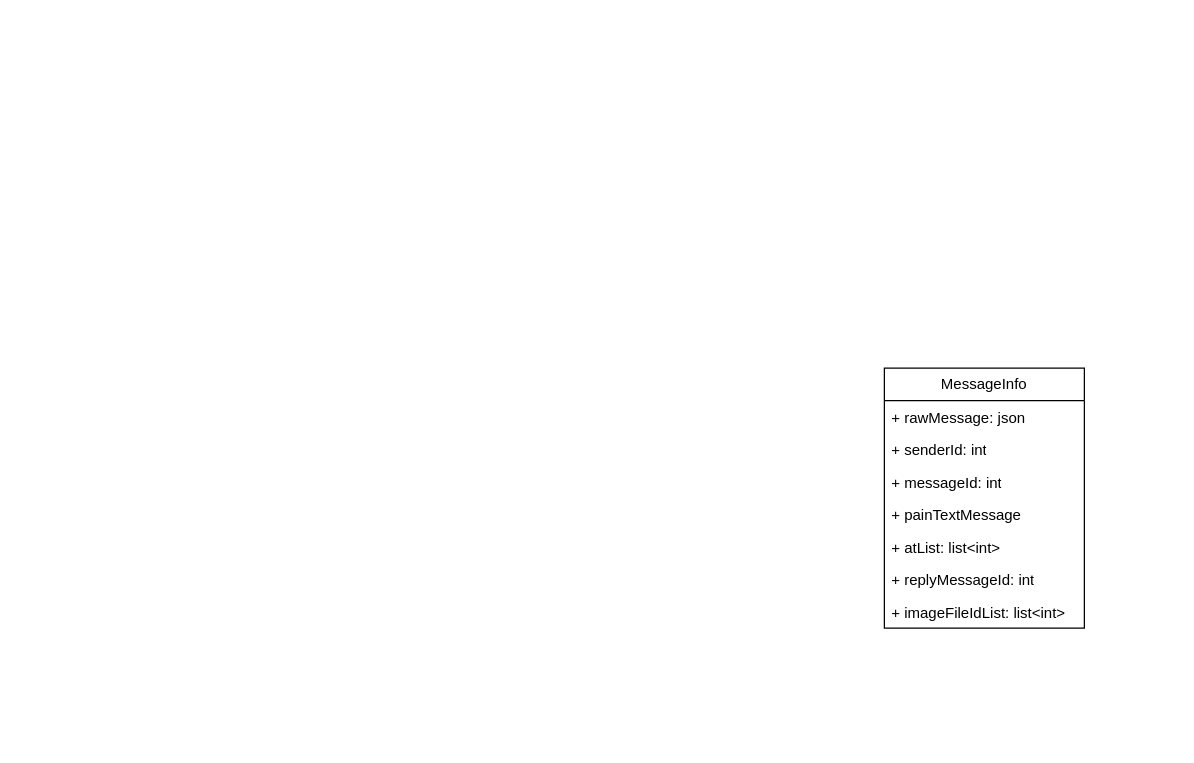
The draw.io diagram page "消息类" (4 of 4) of leke.drawio in JKWTCN/bot, before the edit. Source tidied: cells renumbered, new cells numbered last; positions are measured from the earlier drawing's top-left corner, leaving out a move shared by most shapes. Both pictures are drawn from the tidied source at 125%, with x=0, y=0 at pixel (884, 368).
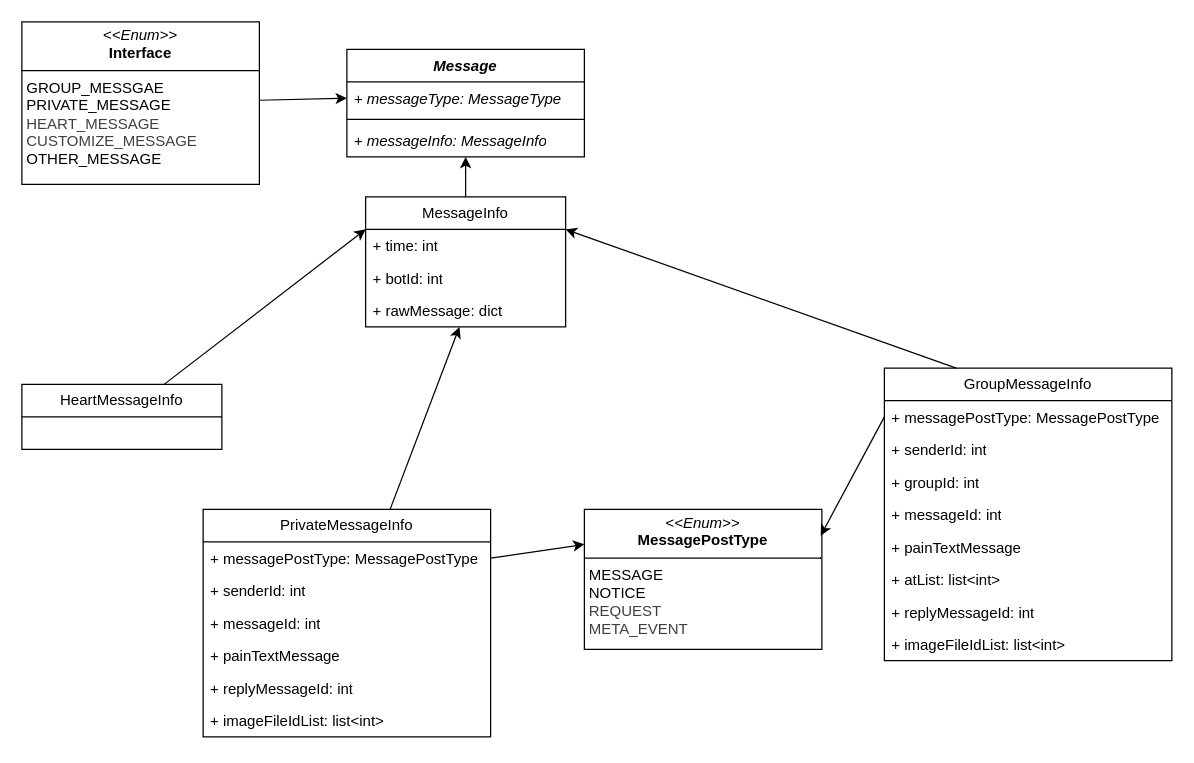
The same diagram, later.

What changed in the source:
```diff
@@
+    <mxCell id="10" style="edgeStyle=none;html=1;entryX=1;entryY=0.25;entryDx=0;entryDy=0;exitX=0.25;exitY=0;exitDx=0;exitDy=0;" parent="1" edge="1" source="2" target="33">
+      <mxGeometry relative="1" as="geometry" />
+    </mxCell>
-    <mxCell id="2" value="MessageInfo" style="swimlane;fontStyle=0;horizontal=1;startSize=26;fillColor=none;whiteSpace=wrap;html=1;" parent="1" vertex="1">
-      <mxGeometry width="160" height="208" as="geometry" />
+    <mxCell id="2" value="GroupMessageInfo" style="swimlane;fontStyle=0;horizontal=1;startSize=26;fillColor=none;whiteSpace=wrap;html=1;" parent="1" vertex="1">
+      <mxGeometry width="230" height="234" as="geometry" />
     </mxCell>
-    <mxCell id="3" value="+ rawMessage: json" style="text;strokeColor=none;fillColor=none;align=left;verticalAlign=top;spacingLeft=4;spacingRight=4;overflow=hidden;whiteSpace=wrap;html=1;" parent="2" vertex="1">
-      <mxGeometry y="26" width="160" height="26" as="geometry" />
-    </mxCell>
+    <mxCell id="11" value="+&amp;nbsp;&lt;span style=&quot;color: rgb(0, 0, 0);&quot;&gt;messagePostType:&amp;nbsp;MessagePostType&lt;/span&gt;" style="text;strokeColor=none;fillColor=none;align=left;verticalAlign=top;spacingLeft=4;spacingRight=4;overflow=hidden;points=[[0,0.5],[1,0.5]];portConstraint=eastwest;whiteSpace=wrap;html=1;" parent="2" vertex="1">
+      <mxGeometry y="26" width="230" height="26" as="geometry" />
+    </mxCell>
     <mxCell id="4" value="+ senderId: int" style="text;strokeColor=none;fillColor=none;align=left;verticalAlign=top;spacingLeft=4;spacingRight=4;overflow=hidden;whiteSpace=wrap;html=1;" parent="2" vertex="1">
-      <mxGeometry y="52" width="160" height="26" as="geometry" />
+      <mxGeometry y="52" width="230" height="26" as="geometry" />
     </mxCell>
+    <mxCell id="12" value="+ groupId: int" style="text;strokeColor=none;fillColor=none;align=left;verticalAlign=top;spacingLeft=4;spacingRight=4;overflow=hidden;whiteSpace=wrap;html=1;" parent="2" vertex="1">
+      <mxGeometry y="78" width="230" height="26" as="geometry" />
+    </mxCell>
     <mxCell id="5" value="+ messageId: int" style="text;strokeColor=none;fillColor=none;align=left;verticalAlign=top;spacingLeft=4;spacingRight=4;overflow=hidden;whiteSpace=wrap;html=1;" parent="2" vertex="1">
-      <mxGeometry y="78" width="160" height="26" as="geometry" />
+      <mxGeometry y="104" width="230" height="26" as="geometry" />
     </mxCell>
     <mxCell id="6" value="+ painTextMessage" style="text;strokeColor=none;fillColor=none;align=left;verticalAlign=top;spacingLeft=4;spacingRight=4;overflow=hidden;whiteSpace=wrap;html=1;" parent="2" vertex="1">
-      <mxGeometry y="104" width="160" height="26" as="geometry" />
+      <mxGeometry y="130" width="230" height="26" as="geometry" />
     </mxCell>
     <mxCell id="7" value="+ atList: list&amp;lt;int&amp;gt;" style="text;strokeColor=none;fillColor=none;align=left;verticalAlign=top;spacingLeft=4;spacingRight=4;overflow=hidden;whiteSpace=wrap;html=1;" parent="2" vertex="1">
-      <mxGeometry y="130" width="160" height="26" as="geometry" />
+      <mxGeometry y="156" width="230" height="26" as="geometry" />
     </mxCell>
     <mxCell id="8" value="+ replyMessageId: int" style="text;strokeColor=none;fillColor=none;align=left;verticalAlign=top;spacingLeft=4;spacingRight=4;overflow=hidden;whiteSpace=wrap;html=1;" parent="2" vertex="1">
-      <mxGeometry y="156" width="160" height="26" as="geometry" />
+      <mxGeometry y="182" width="230" height="26" as="geometry" />
     </mxCell>
     <mxCell id="9" value="+ imageFileIdList: list&amp;lt;int&amp;gt;" style="text;strokeColor=none;fillColor=none;align=left;verticalAlign=top;spacingLeft=4;spacingRight=4;overflow=hidden;whiteSpace=wrap;html=1;" parent="2" vertex="1">
-      <mxGeometry y="182" width="160" height="26" as="geometry" />
+      <mxGeometry y="208" width="230" height="26" as="geometry" />
     </mxCell>
+    <mxCell id="13" value="&lt;i&gt;Message&lt;/i&gt;" style="swimlane;fontStyle=1;align=center;verticalAlign=top;horizontal=1;startSize=26;whiteSpace=wrap;html=1;" parent="1" vertex="1">
+      <mxGeometry x="-430" y="-255" width="190" height="86" as="geometry" />
+    </mxCell>
+    <mxCell id="14" value="&lt;i&gt;+ messageType: MessageType&lt;/i&gt;" style="text;strokeColor=none;fillColor=none;align=left;verticalAlign=top;spacingLeft=4;spacingRight=4;overflow=hidden;points=[[0,0.5],[1,0.5]];portConstraint=eastwest;whiteSpace=wrap;html=1;" parent="13" vertex="1">
+      <mxGeometry y="26" width="190" height="26" as="geometry" />
+    </mxCell>
+    <mxCell id="15" style="line;strokeWidth=1;fillColor=none;align=left;verticalAlign=middle;spacingTop=-1;spacingLeft=3;spacingRight=3;labelPosition=right;strokeColor=inherit;" parent="13" vertex="1">
+      <mxGeometry y="52" width="190" height="8" as="geometry" />
+    </mxCell>
+    <mxCell id="16" value="&lt;i&gt;+ messageInfo:&amp;nbsp;&lt;/i&gt;&lt;span style=&quot;color: rgb(0, 0, 0); text-align: center;&quot;&gt;&lt;i&gt;MessageInfo&lt;/i&gt;&lt;/span&gt;" style="text;strokeColor=none;fillColor=none;align=left;verticalAlign=top;spacingLeft=4;spacingRight=4;overflow=hidden;points=[[0,0.5],[1,0.5]];portConstraint=eastwest;whiteSpace=wrap;html=1;" parent="13" vertex="1">
+      <mxGeometry y="60" width="190" height="26" as="geometry" />
+    </mxCell>
+    <mxCell id="17" style="edgeStyle=none;html=1;entryX=0;entryY=0.5;entryDx=0;entryDy=0;" parent="1" edge="1" source="18" target="14">
+      <mxGeometry relative="1" as="geometry" />
+    </mxCell>
+    <mxCell id="18" value="&lt;p style=&quot;margin:0px;margin-top:4px;text-align:center;&quot;&gt;&lt;i&gt;&amp;lt;&amp;lt;Enum&amp;gt;&amp;gt;&lt;/i&gt;&lt;br&gt;&lt;b&gt;Interface&lt;/b&gt;&lt;/p&gt;&lt;hr size=&quot;1&quot; style=&quot;border-style:solid;&quot;&gt;&lt;p style=&quot;margin:0px;margin-left:4px;&quot;&gt;GROUP_MESSGAE&lt;br&gt;PRIVATE_MESSAGE&lt;/p&gt;&lt;p style=&quot;margin:0px;margin-left:4px;&quot;&gt;&lt;span style=&quot;color: rgb(63, 63, 63);&quot;&gt;HEART_MESSAGE&lt;/span&gt;&lt;/p&gt;&lt;p style=&quot;margin:0px;margin-left:4px;&quot;&gt;&lt;span style=&quot;color: rgb(63, 63, 63);&quot;&gt;CUSTOMIZE_MESSAGE&lt;/span&gt;&lt;/p&gt;&lt;p style=&quot;margin:0px;margin-left:4px;&quot;&gt;OTHER_MESSAGE&lt;/p&gt;" style="verticalAlign=top;align=left;overflow=fill;html=1;whiteSpace=wrap;" parent="1" vertex="1">
+      <mxGeometry x="-690" y="-277" width="190" height="130" as="geometry" />
+    </mxCell>
+    <mxCell id="19" style="edgeStyle=none;html=1;" parent="1" edge="1" source="20" target="36">
+      <mxGeometry relative="1" as="geometry" />
+    </mxCell>
+    <mxCell id="20" value="PrivateMessageInfo" style="swimlane;fontStyle=0;horizontal=1;startSize=26;fillColor=none;whiteSpace=wrap;html=1;" parent="1" vertex="1">
+      <mxGeometry x="-545" y="113" width="230" height="182" as="geometry" />
+    </mxCell>
+    <mxCell id="21" value="+ messagePostType:&amp;nbsp;MessagePostType" style="text;strokeColor=none;fillColor=none;align=left;verticalAlign=top;spacingLeft=4;spacingRight=4;overflow=hidden;points=[[0,0.5],[1,0.5]];portConstraint=eastwest;whiteSpace=wrap;html=1;" parent="20" vertex="1">
+      <mxGeometry y="26" width="230" height="26" as="geometry" />
+    </mxCell>
+    <mxCell id="22" value="+ senderId: int" style="text;strokeColor=none;fillColor=none;align=left;verticalAlign=top;spacingLeft=4;spacingRight=4;overflow=hidden;whiteSpace=wrap;html=1;" parent="20" vertex="1">
+      <mxGeometry y="52" width="230" height="26" as="geometry" />
+    </mxCell>
+    <mxCell id="23" value="+ messageId: int" style="text;strokeColor=none;fillColor=none;align=left;verticalAlign=top;spacingLeft=4;spacingRight=4;overflow=hidden;whiteSpace=wrap;html=1;" parent="20" vertex="1">
+      <mxGeometry y="78" width="230" height="26" as="geometry" />
+    </mxCell>
+    <mxCell id="24" value="+ painTextMessage" style="text;strokeColor=none;fillColor=none;align=left;verticalAlign=top;spacingLeft=4;spacingRight=4;overflow=hidden;whiteSpace=wrap;html=1;" parent="20" vertex="1">
+      <mxGeometry y="104" width="230" height="26" as="geometry" />
+    </mxCell>
+    <mxCell id="25" value="+ replyMessageId: int" style="text;strokeColor=none;fillColor=none;align=left;verticalAlign=top;spacingLeft=4;spacingRight=4;overflow=hidden;whiteSpace=wrap;html=1;" parent="20" vertex="1">
+      <mxGeometry y="130" width="230" height="26" as="geometry" />
+    </mxCell>
+    <mxCell id="26" value="+ imageFileIdList: list&amp;lt;int&amp;gt;" style="text;strokeColor=none;fillColor=none;align=left;verticalAlign=top;spacingLeft=4;spacingRight=4;overflow=hidden;whiteSpace=wrap;html=1;" parent="20" vertex="1">
+      <mxGeometry y="156" width="230" height="26" as="geometry" />
+    </mxCell>
+    <mxCell id="27" style="edgeStyle=none;html=1;entryX=0;entryY=0.25;entryDx=0;entryDy=0;" parent="1" edge="1" source="28" target="33">
+      <mxGeometry relative="1" as="geometry" />
+    </mxCell>
+    <mxCell id="28" value="HeartMessageInfo" style="swimlane;fontStyle=0;horizontal=1;startSize=26;fillColor=none;whiteSpace=wrap;html=1;" parent="1" vertex="1">
+      <mxGeometry x="-690" y="13" width="160" height="52" as="geometry" />
+    </mxCell>
+    <mxCell id="29" value="&lt;p style=&quot;margin:0px;margin-top:4px;text-align:center;&quot;&gt;&lt;i&gt;&amp;lt;&amp;lt;Enum&amp;gt;&amp;gt;&lt;/i&gt;&lt;br&gt;&lt;b&gt;MessagePostType&lt;/b&gt;&lt;/p&gt;&lt;hr size=&quot;1&quot; style=&quot;border-style:solid;&quot;&gt;&lt;p style=&quot;margin:0px;margin-left:4px;&quot;&gt;MESSAGE&lt;br&gt;NOTICE&lt;/p&gt;&lt;p style=&quot;margin:0px;margin-left:4px;&quot;&gt;&lt;span style=&quot;color: rgb(63, 63, 63);&quot;&gt;REQUEST&lt;/span&gt;&lt;/p&gt;&lt;p style=&quot;margin:0px;margin-left:4px;&quot;&gt;&lt;span style=&quot;color: rgb(63, 63, 63);&quot;&gt;META_EVENT&lt;/span&gt;&lt;/p&gt;" style="verticalAlign=top;align=left;overflow=fill;html=1;whiteSpace=wrap;" parent="1" vertex="1">
+      <mxGeometry x="-240" y="113" width="190" height="112" as="geometry" />
+    </mxCell>
+    <mxCell id="30" style="edgeStyle=none;html=1;exitX=1;exitY=0.5;exitDx=0;exitDy=0;entryX=0;entryY=0.25;entryDx=0;entryDy=0;" parent="1" edge="1" source="21" target="29">
+      <mxGeometry relative="1" as="geometry" />
+    </mxCell>
+    <mxCell id="31" style="edgeStyle=none;html=1;exitX=0;exitY=0.5;exitDx=0;exitDy=0;entryX=0.995;entryY=0.188;entryDx=0;entryDy=0;entryPerimeter=0;" parent="1" edge="1" source="11" target="29">
+      <mxGeometry relative="1" as="geometry" />
+    </mxCell>
+    <mxCell id="32" style="edgeStyle=none;html=1;" parent="1" edge="1" source="33" target="16">
+      <mxGeometry relative="1" as="geometry" />
+    </mxCell>
+    <mxCell id="33" value="MessageInfo" style="swimlane;fontStyle=0;horizontal=1;startSize=26;fillColor=none;whiteSpace=wrap;html=1;" parent="1" vertex="1">
+      <mxGeometry x="-415" y="-137" width="160" height="104" as="geometry" />
+    </mxCell>
+    <mxCell id="34" value="+ time: int" style="text;strokeColor=none;fillColor=none;align=left;verticalAlign=top;spacingLeft=4;spacingRight=4;overflow=hidden;whiteSpace=wrap;html=1;" parent="33" vertex="1">
+      <mxGeometry y="26" width="160" height="26" as="geometry" />
+    </mxCell>
+    <mxCell id="35" value="+ botId: int" style="text;strokeColor=none;fillColor=none;align=left;verticalAlign=top;spacingLeft=4;spacingRight=4;overflow=hidden;whiteSpace=wrap;html=1;" parent="33" vertex="1">
+      <mxGeometry y="52" width="160" height="26" as="geometry" />
+    </mxCell>
+    <mxCell id="36" value="+ rawMessage: dict" style="text;strokeColor=none;fillColor=none;align=left;verticalAlign=top;spacingLeft=4;spacingRight=4;overflow=hidden;points=[[0,0.5],[1,0.5]];portConstraint=eastwest;whiteSpace=wrap;html=1;" parent="33" vertex="1">
+      <mxGeometry y="78" width="160" height="26" as="geometry" />
+    </mxCell>
```
